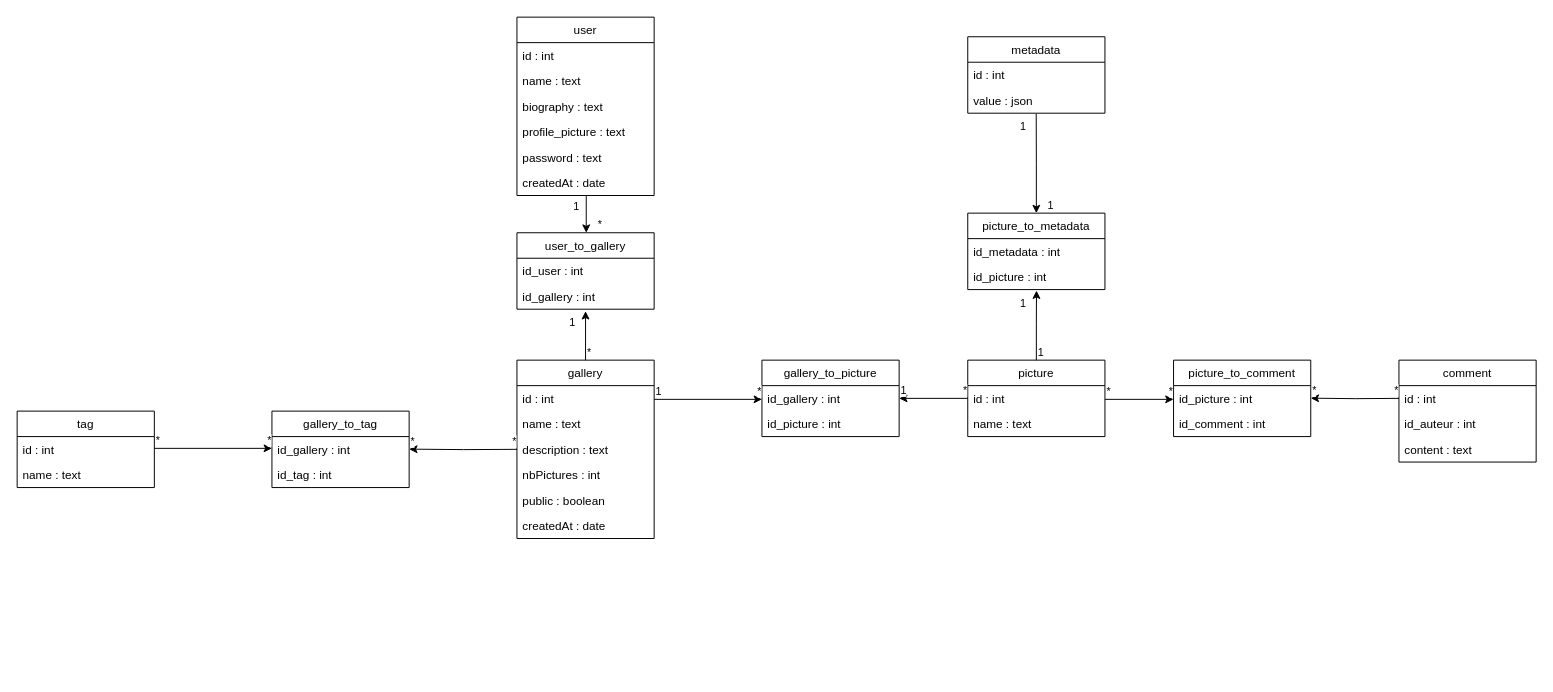
Above: docs/drawio/base_de_donnee.drawio in LePangolin/Chevaleyre_Pruliere_Sacquard_Cordurie_Schloesser (draw.io), before the change. Source tidied: cells renumbered, new cells numbered last; positions are measured from the earlier drawing's top-left corner, leaving out a move shared by most shapes. Both pictures are drawn from the tidied source at 98%, with x=0, y=0 at pixel (17, 17).
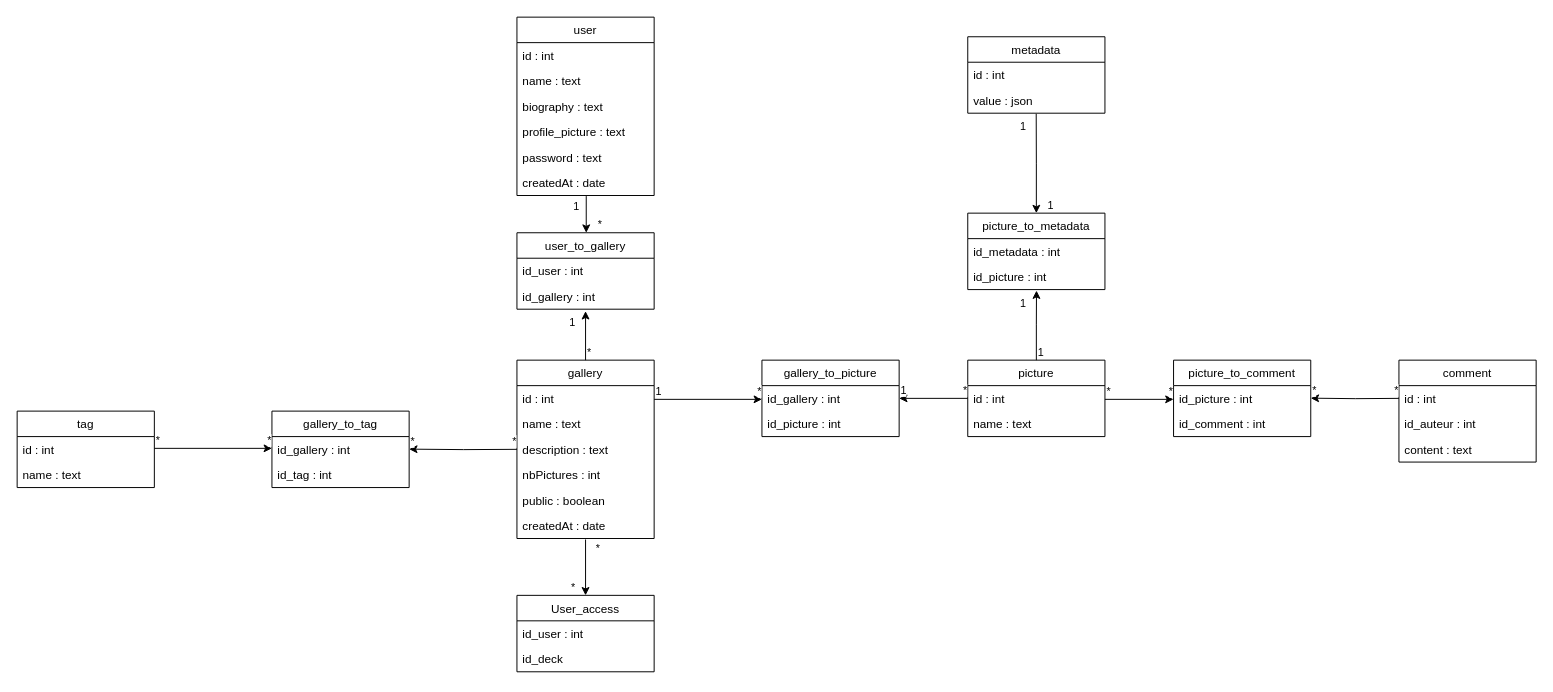
After the change.

Commit message (it also covers changes not shown here):
docs(BDD): mise a jour UML

What changed in the source:
```diff
@@
+    <mxCell id="74" value="User_access" style="swimlane;fontStyle=0;horizontal=1;startSize=26;fillColor=none;" parent="1" vertex="1">
+      <mxGeometry x="510" y="590" width="140" height="78" as="geometry" />
+    </mxCell>
+    <mxCell id="75" value="id_user : int" style="text;strokeColor=none;fillColor=none;align=left;verticalAlign=top;spacingLeft=4;spacingRight=4;overflow=hidden;" parent="74" vertex="1">
+      <mxGeometry y="26" width="140" height="26" as="geometry" />
+    </mxCell>
+    <mxCell id="76" value="id_deck" style="text;strokeColor=none;fillColor=none;align=left;verticalAlign=top;spacingLeft=4;spacingRight=4;overflow=hidden;" parent="74" vertex="1">
+      <mxGeometry y="52" width="140" height="26" as="geometry" />
+    </mxCell>
+    <mxCell id="77" style="endArrow=classic;html=1;edgeStyle=orthogonalEdgeStyle;rounded=0;entryX=0.5;entryY=0;entryDx=0;entryDy=0;endFill=1;" parent="1" edge="1" target="74">
+      <mxGeometry relative="1" as="geometry">
+        <mxPoint x="580" y="533" as="sourcePoint" />
+        <Array as="points">
+          <mxPoint x="580" y="533" />
+        </Array>
+      </mxGeometry>
+    </mxCell>
+    <mxCell id="78" value="*" style="edgeLabel;html=1;align=left;verticalAlign=bottom;" parent="77" vertex="1">
+      <mxGeometry x="-1" relative="1" as="geometry">
+        <mxPoint x="9" y="17" as="offset" />
+      </mxGeometry>
+    </mxCell>
+    <mxCell id="79" value="*" style="edgeLabel;html=1;align=right;verticalAlign=bottom;" parent="77" vertex="1">
+      <mxGeometry x="1" relative="1" as="geometry">
+        <mxPoint x="-10" as="offset" />
+      </mxGeometry>
+    </mxCell>
```
